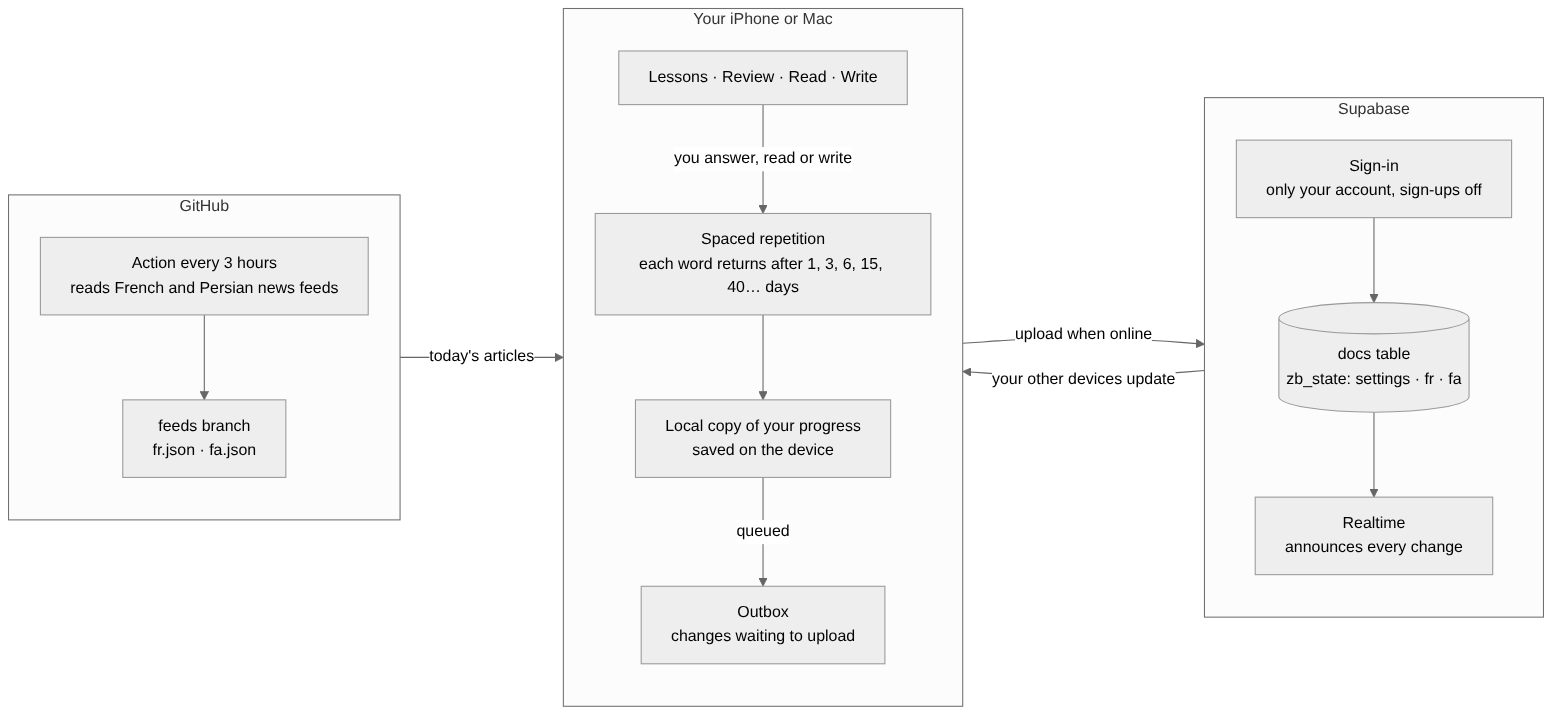
hamza-1224/my-language keeps this Mermaid diagram as docs/diagrams/arch.png. Above is the earlier version. Its source is kept beside it as docs/diagrams/arch.mmd.
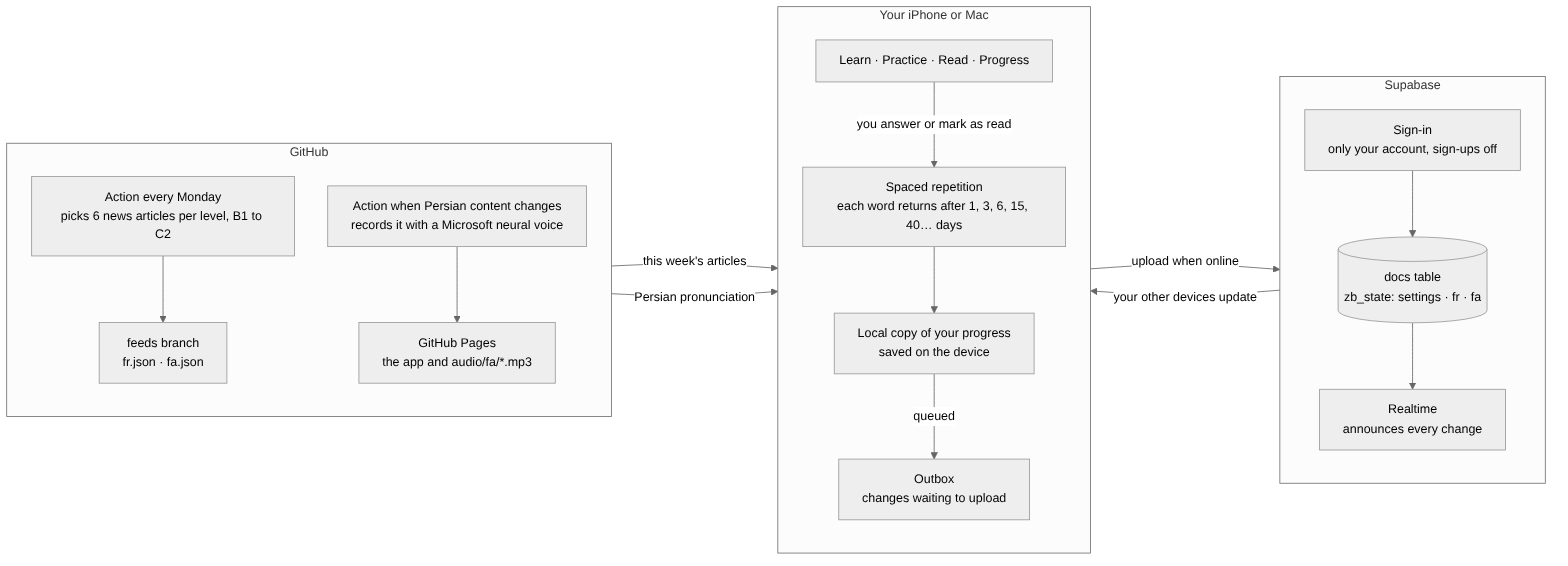
The same diagram one commit later.

The edit, as a diff of the source:
```diff
@@ -1,11 +1,11 @@
 flowchart LR
   subgraph DEV["Your iPhone or Mac"]
     direction TB
-    UI["Lessons · Review · Read · Write"]
+    UI["Learn · Practice · Read · Progress"]
     SRS["Spaced repetition<br/>each word returns after 1, 3, 6, 15, 40… days"]
     CACHE["Local copy of your progress<br/>saved on the device"]
     OUT["Outbox<br/>changes waiting to upload"]
-    UI -->|"you answer, read or write"| SRS
+    UI -->|"you answer or mark as read"| SRS
     SRS --> CACHE
     CACHE -->|"queued"| OUT
   end
@@ -18,10 +18,14 @@
   end
   subgraph GH["GitHub"]
     direction TB
-    ACT["Action every 3 hours<br/>reads French and Persian news feeds"]
+    ACT["Action every Monday<br/>picks 6 news articles per level, B1 to C2"]
     FEEDS["feeds branch<br/>fr.json · fa.json"]
+    VOICE["Action when Persian content changes<br/>records it with a Microsoft neural voice"]
+    PAGES["GitHub Pages<br/>the app and audio/fa/*.mp3"]
     ACT --> FEEDS
+    VOICE --> PAGES
   end
   OUT -->|"upload when online"| AUTH
   RT -->|"your other devices update"| CACHE
-  FEEDS -->|"today's articles"| UI
+  FEEDS -->|"this week's articles"| UI
+  PAGES -->|"Persian pronunciation"| UI
```
